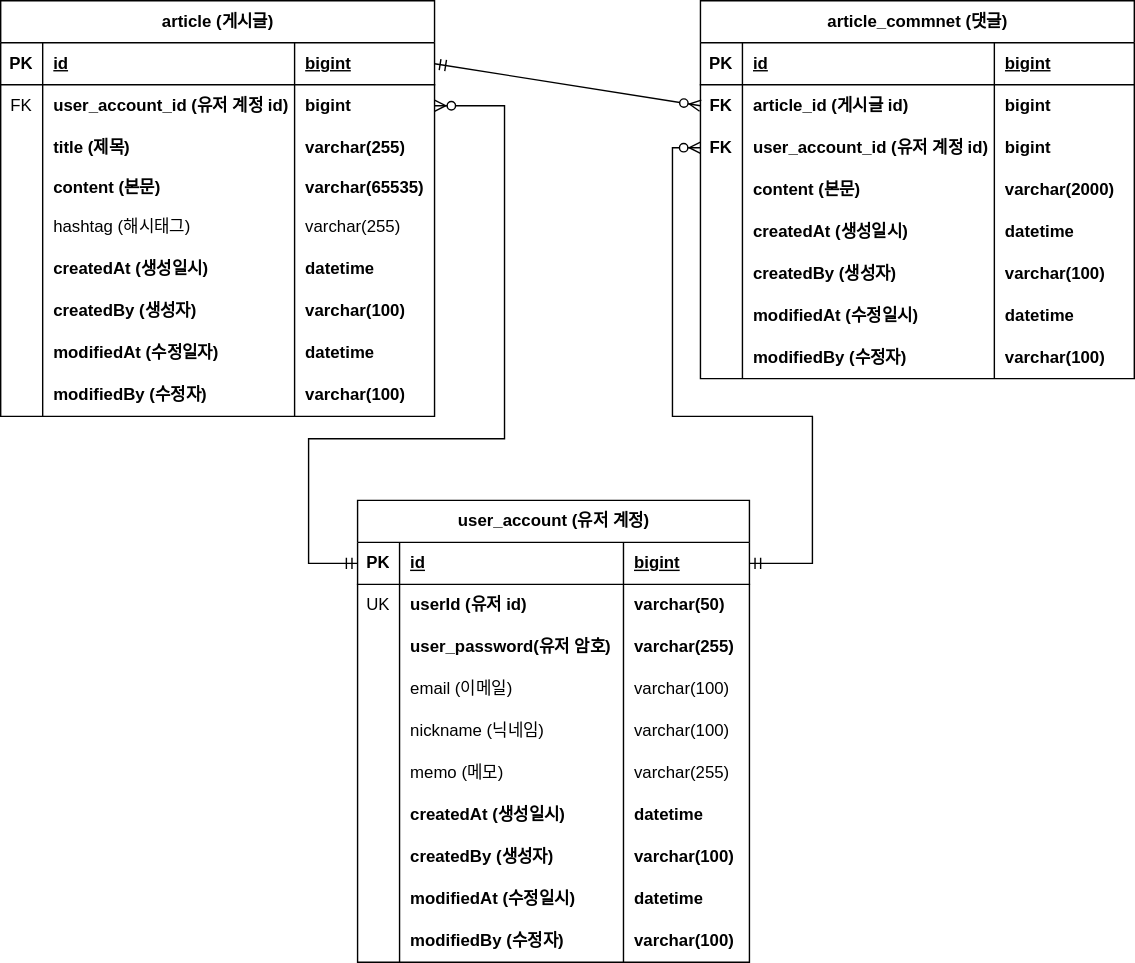
Before: document/project-board-erd.svg, a diagram exported from draw.io (codingNoob12/fastcampus-project-board). Source tidied: cells renumbered, new cells last; positions are measured from the earlier drawing's top-left corner, leaving out a move shared by most shapes.
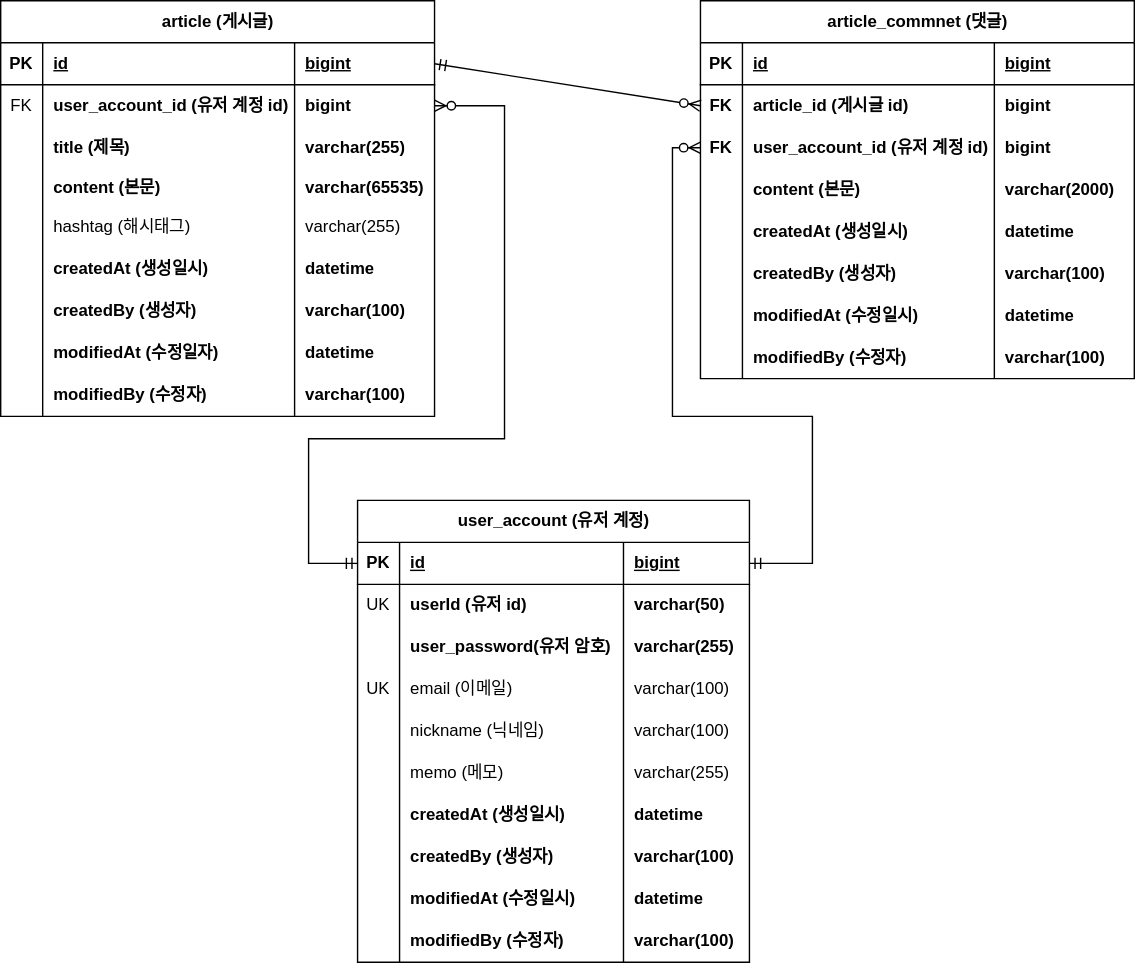
Later version of the same file.

Commit message:
#33 - erd 업데이트: 회원 계정 도메인의 이메일에 유니크 키 추가

Change to the diagram source:
```diff
@@ -257,7 +257,7 @@
     <mxCell id="86" style="shape=tableRow;horizontal=0;startSize=0;swimlaneHead=0;swimlaneBody=0;fillColor=none;top=0;left=0;right=0;bottom=0;" parent="73" vertex="1">
       <mxGeometry y="120" width="280" height="30" as="geometry" />
     </mxCell>
-    <mxCell id="87" style="shape=partialRectangle;fillColor=none;top=0;left=0;bottom=0;right=0;overflow=hidden;whiteSpace=wrap;html=1;" parent="86" vertex="1">
+    <mxCell id="87" value="UK" style="shape=partialRectangle;fillColor=none;top=0;left=0;bottom=0;right=0;overflow=hidden;whiteSpace=wrap;html=1;" parent="86" vertex="1">
       <mxGeometry width="30" height="30" as="geometry" />
     </mxCell>
     <mxCell id="88" value="email (이메일)" style="shape=partialRectangle;fillColor=none;top=0;left=0;bottom=0;right=0;align=left;spacingLeft=6;overflow=hidden;whiteSpace=wrap;html=1;" parent="86" vertex="1">
```
